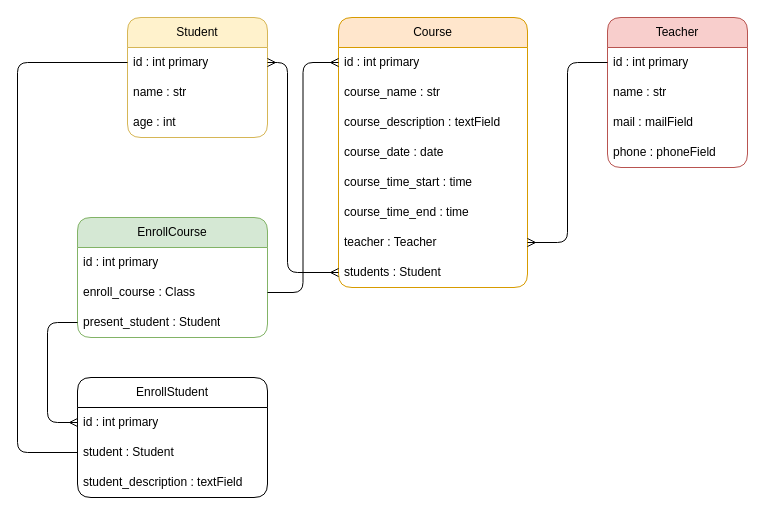
This is design/model_design.drawio from SteveIsReal/student_management, a draw.io file, before an edit. Source tidied: cells renumbered, new cells numbered last; positions are measured from the earlier drawing's top-left corner, leaving out a move shared by most shapes. Both pictures are drawn from the tidied source at 100%, with x=0, y=0 at pixel (17, 17).
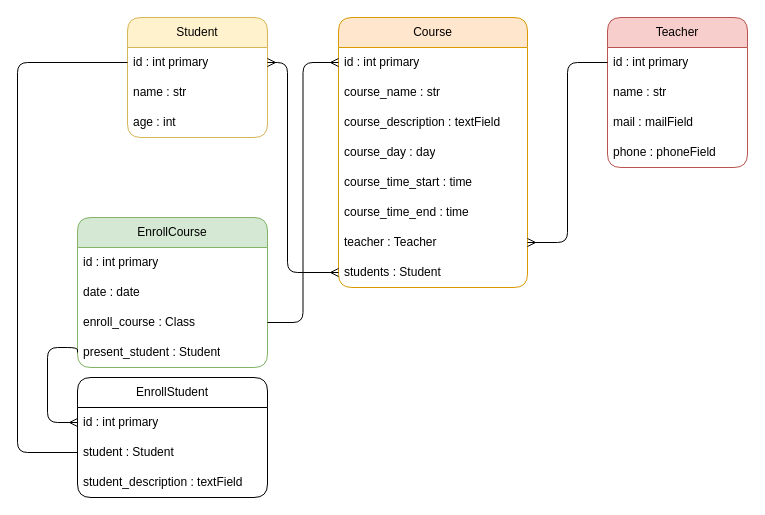
The same page after the edit.

Commit message:
Backend class models

The change refers to these unchanged cells:
```xml
<mxCell id="6" value="Course" style="swimlane;fontStyle=0;horizontal=1;startSize=30;whiteSpace=wrap;html=1;rounded=1;fillColor=#ffe6cc;strokeColor=#d79b00;" parent="1" vertex="1">
  <mxGeometry x="321" width="189" height="270" as="geometry" />
</mxCell>
<mxCell id="27" value="id : int primary" style="text;strokeColor=none;fillColor=none;align=left;verticalAlign=middle;spacingLeft=4;spacingRight=4;overflow=hidden;points=[[0,0.5],[1,0.5]];portConstraint=eastwest;whiteSpace=wrap;html=1;" parent="26" vertex="1">
  <mxGeometry y="30" width="190" height="30" as="geometry" />
</mxCell>
```

The edit, as a diff of the source:
```diff
@@
-    <mxCell id="10" value="course_date : date" style="text;strokeColor=none;fillColor=none;align=left;verticalAlign=middle;spacingLeft=4;spacingRight=4;overflow=hidden;whiteSpace=wrap;html=1;" parent="6" vertex="1">
+    <mxCell id="10" value="course_day : day" style="text;strokeColor=none;fillColor=none;align=left;verticalAlign=middle;spacingLeft=4;spacingRight=4;overflow=hidden;whiteSpace=wrap;html=1;" parent="6" vertex="1">
       <mxGeometry y="120" width="189" height="30" as="geometry" />
     </mxCell>
@@
     <mxCell id="21" value="EnrollCourse" style="swimlane;fontStyle=0;horizontal=1;startSize=30;whiteSpace=wrap;html=1;rounded=1;fillColor=#d5e8d4;strokeColor=#82b366;" parent="1" vertex="1">
-      <mxGeometry x="60" y="200" width="190" height="120" as="geometry" />
+      <mxGeometry x="60" y="200" width="190" height="150" as="geometry" />
     </mxCell>
@@
+    <mxCell id="33" value="date : date" style="text;align=left;verticalAlign=middle;spacingLeft=4;spacingRight=4;overflow=hidden;whiteSpace=wrap;html=1;" parent="21" vertex="1">
+      <mxGeometry y="60" width="190" height="30" as="geometry" />
+    </mxCell>
     <mxCell id="23" value="enroll_course : Class" style="text;strokeColor=none;fillColor=none;align=left;verticalAlign=middle;spacingLeft=4;spacingRight=4;overflow=hidden;points=[[0,0.5],[1,0.5]];portConstraint=eastwest;whiteSpace=wrap;html=1;" parent="21" vertex="1">
-      <mxGeometry y="60" width="190" height="30" as="geometry" />
+      <mxGeometry y="90" width="190" height="30" as="geometry" />
     </mxCell>
     <mxCell id="24" value="present_student : Student" style="text;strokeColor=none;fillColor=none;align=left;verticalAlign=middle;spacingLeft=4;spacingRight=4;overflow=hidden;points=[[0,0.5],[1,0.5]];portConstraint=eastwest;whiteSpace=wrap;html=1;" parent="21" vertex="1">
-      <mxGeometry y="90" width="190" height="30" as="geometry" />
+      <mxGeometry y="120" width="190" height="30" as="geometry" />
     </mxCell>
@@
     <mxCell id="30" style="edgeStyle=orthogonalEdgeStyle;rounded=1;html=1;exitX=0;exitY=0.5;exitDx=0;exitDy=0;entryX=0;entryY=0.5;entryDx=0;entryDy=0;endArrow=ERmany;endFill=0;" parent="1" edge="1" source="24" target="27">
       <mxGeometry relative="1" as="geometry">
         <Array as="points">
-          <mxPoint x="30" y="305" />
+          <mxPoint x="60" y="330" />
+          <mxPoint x="30" y="330" />
           <mxPoint x="30" y="405" />
         </Array>
       </mxGeometry>
     </mxCell>
```
